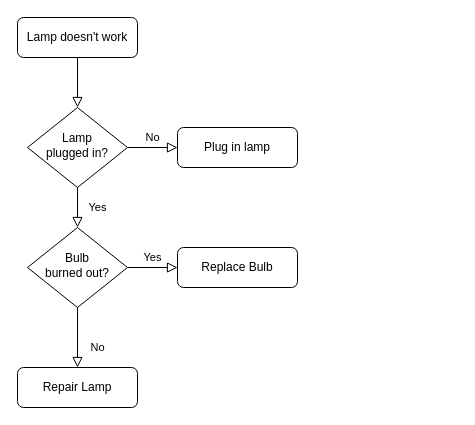
Above: Untitled Diagram.drawio in LIJIACHENGLJC/math (draw.io), before the change. Source tidied: cells renumbered, new cells numbered last; positions are measured from the earlier drawing's top-left corner, leaving out a move shared by most shapes. Both pictures are drawn from the tidied source at 100%, with x=0, y=0 at pixel (17, 17).
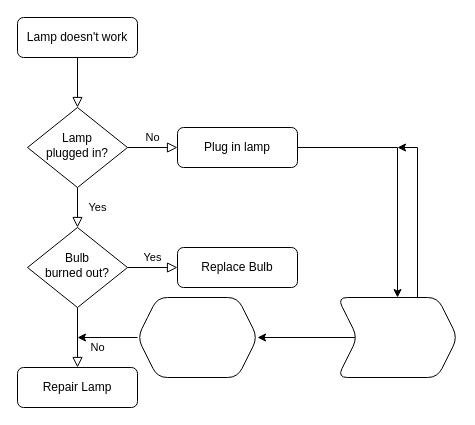
After the change.

The change refers to these unchanged cells:
```xml
<mxCell id="7" value="Plug in lamp" style="rounded=1;whiteSpace=wrap;html=1;fontSize=12;glass=0;strokeWidth=1;shadow=0;" parent="1" vertex="1">
  <mxGeometry x="160" y="110" width="120" height="40" as="geometry" />
</mxCell>
```

The edit, as a diff of the source:
```diff
@@
+    <mxCell id="13" style="edgeStyle=orthogonalEdgeStyle;rounded=0;jettySize=auto;html=1;" parent="1" edge="1" source="7" target="16">
+      <mxGeometry relative="1" as="geometry" />
+    </mxCell>
@@
+    <mxCell id="14" style="edgeStyle=orthogonalEdgeStyle;rounded=0;jettySize=auto;html=1;" parent="1" edge="1" source="16" target="18">
+      <mxGeometry relative="1" as="geometry" />
+    </mxCell>
+    <mxCell id="15" style="edgeStyle=orthogonalEdgeStyle;rounded=0;jettySize=auto;html=1;" parent="1" edge="1" source="16">
+      <mxGeometry relative="1" as="geometry">
+        <mxPoint x="380" y="130" as="targetPoint" />
+        <Array as="points">
+          <mxPoint x="400" y="130" />
+        </Array>
+      </mxGeometry>
+    </mxCell>
+    <mxCell id="16" style="shape=step;perimeter=stepPerimeter;whiteSpace=wrap;html=1;fixedSize=1;rounded=1;shadow=0;strokeWidth=1;glass=0;" parent="1" vertex="1">
+      <mxGeometry x="320" y="280" width="120" height="80" as="geometry" />
+    </mxCell>
+    <mxCell id="17" style="edgeStyle=orthogonalEdgeStyle;rounded=0;jettySize=auto;html=1;" parent="1" edge="1" source="18">
+      <mxGeometry relative="1" as="geometry">
+        <mxPoint x="60" y="320" as="targetPoint" />
+      </mxGeometry>
+    </mxCell>
+    <mxCell id="18" style="shape=hexagon;perimeter=hexagonPerimeter2;whiteSpace=wrap;html=1;fixedSize=1;rounded=1;shadow=0;strokeWidth=1;glass=0;size=20;" parent="1" vertex="1">
+      <mxGeometry x="120" y="280" width="120" height="80" as="geometry" />
+    </mxCell>
```
